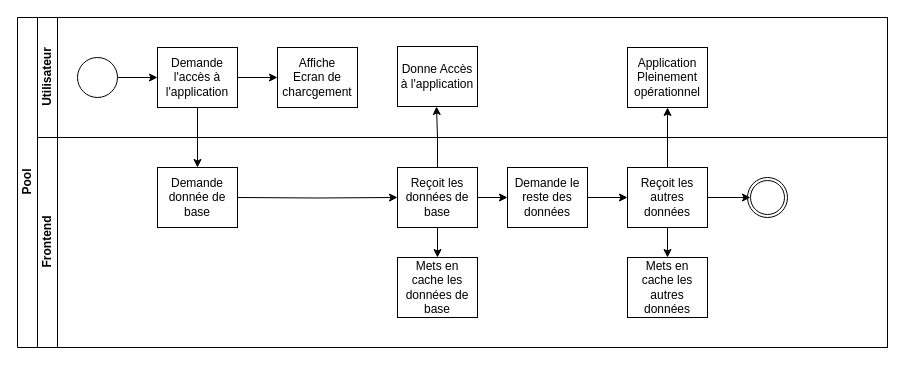
The draw.io diagram 01_doc/Rapport-TB/assets/figures/frontend_flowChart.drawio in heig-vd-tin/plan-heigvd, before the edit. Source tidied: cells renumbered, new cells numbered last; positions are measured from the earlier drawing's top-left corner, leaving out a move shared by most shapes. Both pictures are drawn from the tidied source at 100%, with x=0, y=0 at pixel (17, 17).
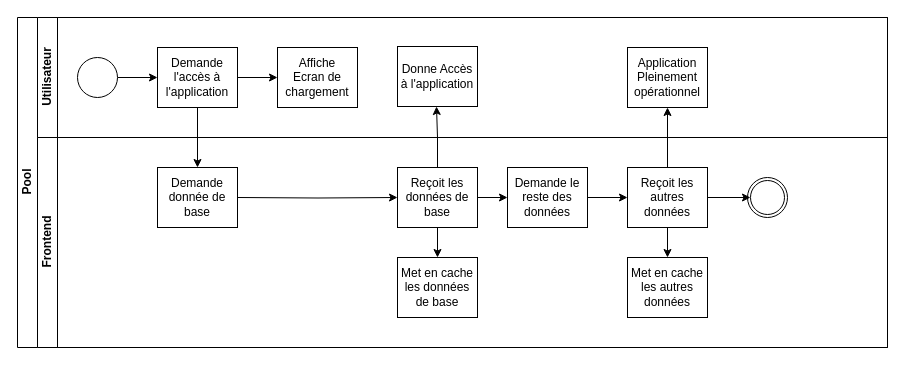
Above is the later version.

Unchanged cells that the change refers to:
```xml
<mxCell id="3" value="&lt;div&gt;Utilisateur&lt;/div&gt;" style="swimlane;html=1;startSize=20;horizontal=0;" parent="2" vertex="1">
  <mxGeometry x="20" width="850" height="120" as="geometry" />
</mxCell>
<mxCell id="10" value="Frontend" style="swimlane;html=1;startSize=20;horizontal=0;" parent="2" vertex="1">
  <mxGeometry x="20" y="120" width="850" height="210" as="geometry" />
</mxCell>
```

The edit, as a diff of the source:
```diff
@@
-    <mxCell id="8" value="&lt;div&gt;Affiche &lt;br&gt;&lt;/div&gt;&lt;div&gt;Ecran de charcgement&lt;br&gt;&lt;/div&gt;" style="rounded=0;whiteSpace=wrap;html=1;fontFamily=Helvetica;fontSize=12;fontColor=#000000;align=center;" parent="3" vertex="1">
+    <mxCell id="8" value="&lt;div&gt;Affiche &lt;br&gt;&lt;/div&gt;&lt;div&gt;Ecran de chargement&lt;br&gt;&lt;/div&gt;" style="rounded=0;whiteSpace=wrap;html=1;fontFamily=Helvetica;fontSize=12;fontColor=#000000;align=center;" parent="3" vertex="1">
       <mxGeometry x="240" y="30" width="80" height="60" as="geometry" />
     </mxCell>
@@
-    <mxCell id="18" value="Mets en cache les données de base" style="rounded=0;whiteSpace=wrap;html=1;" parent="10" vertex="1">
+    <mxCell id="18" value="Met en cache les données de base" style="rounded=0;whiteSpace=wrap;html=1;" parent="10" vertex="1">
       <mxGeometry x="360" y="120" width="80" height="60" as="geometry" />
     </mxCell>
@@
-    <mxCell id="21" value="Mets en cache les autres données" style="rounded=0;whiteSpace=wrap;html=1;" parent="10" vertex="1">
+    <mxCell id="21" value="Met en cache les autres données" style="rounded=0;whiteSpace=wrap;html=1;" parent="10" vertex="1">
       <mxGeometry x="590" y="120" width="80" height="60" as="geometry" />
     </mxCell>
```
